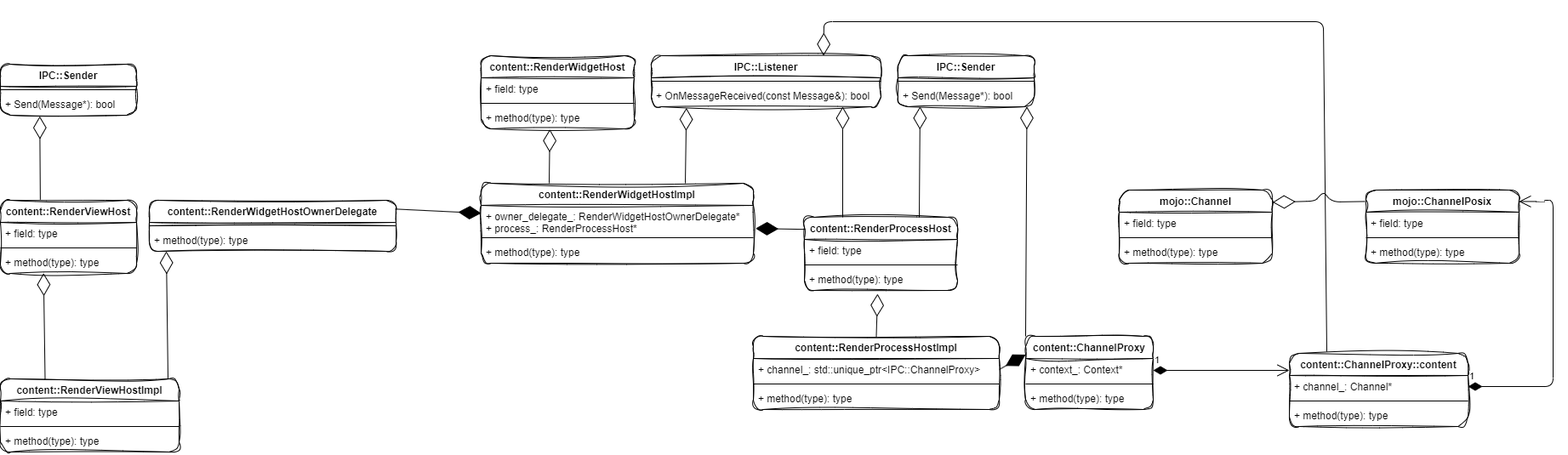
The draw.io diagram chromium/chromium/IPC/markdownimage/02renderprocesshost.drawio.png in Oreoxp/StudyDiary, before a commit. Source tidied: cells renumbered, new cells last; positions are measured from the earlier drawing's top-left corner, leaving out a move shared by most shapes. The source it was exported from:
```xml
<mxGraphModel>
  <root>
    <mxCell id="0" />
    <mxCell id="1" parent="0" />
    <mxCell id="2" value="content::RenderViewHostImpl" style="swimlane;fontStyle=1;align=center;verticalAlign=top;horizontal=1;startSize=26;rounded=1;sketch=1;curveFitting=1;jiggle=2;" parent="1" vertex="1">
      <mxGeometry y="420" width="210" height="86" as="geometry" />
    </mxCell>
    <mxCell id="3" value="+ field: type" style="text;strokeColor=none;fillColor=none;align=left;verticalAlign=top;spacingLeft=4;spacingRight=4;overflow=hidden;" parent="2" vertex="1">
      <mxGeometry y="26" width="210" height="26" as="geometry" />
    </mxCell>
    <mxCell id="4" style="line;strokeWidth=1;fillColor=none;align=left;verticalAlign=middle;spacingTop=-1;spacingLeft=3;spacingRight=3;labelPosition=right;strokeColor=inherit;" parent="2" vertex="1">
      <mxGeometry y="52" width="210" height="8" as="geometry" />
    </mxCell>
    <mxCell id="5" value="+ method(type): type" style="text;strokeColor=none;fillColor=none;align=left;verticalAlign=top;spacingLeft=4;spacingRight=4;overflow=hidden;" parent="2" vertex="1">
      <mxGeometry y="60" width="210" height="26" as="geometry" />
    </mxCell>
    <mxCell id="6" value="content::RenderViewHost" style="swimlane;fontStyle=1;align=center;verticalAlign=top;horizontal=1;startSize=26;rounded=1;sketch=1;curveFitting=1;jiggle=2;swimlaneLine=1;shadow=0;glass=0;" parent="1" vertex="1">
      <mxGeometry y="210" width="160" height="86" as="geometry" />
    </mxCell>
    <mxCell id="7" value="+ field: type" style="text;strokeColor=none;fillColor=none;align=left;verticalAlign=top;spacingLeft=4;spacingRight=4;overflow=hidden;" parent="6" vertex="1">
      <mxGeometry y="26" width="160" height="26" as="geometry" />
    </mxCell>
    <mxCell id="8" style="line;strokeWidth=1;fillColor=none;align=left;verticalAlign=middle;spacingTop=-1;spacingLeft=3;spacingRight=3;labelPosition=right;strokeColor=inherit;" parent="6" vertex="1">
      <mxGeometry y="52" width="160" height="8" as="geometry" />
    </mxCell>
    <mxCell id="9" value="+ method(type): type" style="text;strokeColor=none;fillColor=none;align=left;verticalAlign=top;spacingLeft=4;spacingRight=4;overflow=hidden;points=[[0,0.5],[1,0.5]];portConstraint=eastwest;" parent="6" vertex="1">
      <mxGeometry y="60" width="160" height="26" as="geometry" />
    </mxCell>
    <mxCell id="10" style="endArrow=diamondThin;endFill=0;endSize=24;html=1;exitX=0.25;exitY=0;exitDx=0;exitDy=0;entryX=0.317;entryY=0.987;entryDx=0;entryDy=0;entryPerimeter=0;" parent="1" edge="1" source="2" target="9">
      <mxGeometry relative="1" as="geometry" />
    </mxCell>
    <mxCell id="11" value="content::RenderWidgetHostOwnerDelegate" style="swimlane;fontStyle=1;align=center;verticalAlign=top;horizontal=1;startSize=26;rounded=1;shadow=0;glass=0;sketch=1;" parent="1" vertex="1">
      <mxGeometry x="175" y="210" width="290" height="60" as="geometry" />
    </mxCell>
    <mxCell id="12" style="line;strokeWidth=1;fillColor=none;align=left;verticalAlign=middle;spacingTop=-1;spacingLeft=3;spacingRight=3;labelPosition=right;strokeColor=inherit;rounded=1;shadow=0;glass=0;sketch=1;" parent="11" vertex="1">
      <mxGeometry y="26" width="290" height="8" as="geometry" />
    </mxCell>
    <mxCell id="13" value="+ method(type): type" style="text;strokeColor=none;fillColor=none;align=left;verticalAlign=top;spacingLeft=4;spacingRight=4;overflow=hidden;rounded=1;shadow=0;glass=0;sketch=1;" parent="11" vertex="1">
      <mxGeometry y="34" width="290" height="26" as="geometry" />
    </mxCell>
    <mxCell id="14" value="IPC::Sender" style="swimlane;fontStyle=1;align=center;verticalAlign=top;horizontal=1;startSize=26;rounded=1;sketch=1;curveFitting=1;jiggle=2;swimlaneLine=1;shadow=0;glass=0;" parent="1" vertex="1">
      <mxGeometry y="50" width="160" height="60" as="geometry" />
    </mxCell>
    <mxCell id="15" style="line;strokeWidth=1;fillColor=none;align=left;verticalAlign=middle;spacingTop=-1;spacingLeft=3;spacingRight=3;labelPosition=right;strokeColor=inherit;" parent="14" vertex="1">
      <mxGeometry y="26" width="160" height="8" as="geometry" />
    </mxCell>
    <mxCell id="16" value="+ Send(Message*): bool" style="text;strokeColor=none;fillColor=none;align=left;verticalAlign=top;spacingLeft=4;spacingRight=4;overflow=hidden;points=[[0,0.5],[1,0.5]];portConstraint=eastwest;" parent="14" vertex="1">
      <mxGeometry y="34" width="160" height="26" as="geometry" />
    </mxCell>
    <mxCell id="17" style="endArrow=diamondThin;endFill=0;endSize=24;html=1;" parent="1" edge="1">
      <mxGeometry relative="1" as="geometry">
        <mxPoint x="197" y="420" as="sourcePoint" />
        <mxPoint x="195" y="270" as="targetPoint" />
      </mxGeometry>
    </mxCell>
    <mxCell id="18" value="content::RenderWidgetHostImpl" style="swimlane;fontStyle=1;align=center;verticalAlign=top;horizontal=1;startSize=26;rounded=1;sketch=1;curveFitting=1;jiggle=2;swimlaneLine=1;shadow=0;glass=0;" parent="1" vertex="1">
      <mxGeometry x="565" y="190" width="320" height="94" as="geometry" />
    </mxCell>
    <mxCell id="19" value="+ owner_delegate_: RenderWidgetHostOwnerDelegate*&#10;+ process_: RenderProcessHost*" style="text;strokeColor=none;fillColor=none;align=left;verticalAlign=top;spacingLeft=4;spacingRight=4;overflow=hidden;points=[[0,0.5],[1,0.5]];portConstraint=eastwest;" parent="18" vertex="1">
      <mxGeometry y="26" width="320" height="34" as="geometry" />
    </mxCell>
    <mxCell id="20" style="line;strokeWidth=1;fillColor=none;align=left;verticalAlign=middle;spacingTop=-1;spacingLeft=3;spacingRight=3;labelPosition=right;strokeColor=inherit;" parent="18" vertex="1">
      <mxGeometry y="60" width="320" height="8" as="geometry" />
    </mxCell>
    <mxCell id="21" value="+ method(type): type" style="text;strokeColor=none;fillColor=none;align=left;verticalAlign=top;spacingLeft=4;spacingRight=4;overflow=hidden;" parent="18" vertex="1">
      <mxGeometry y="68" width="320" height="26" as="geometry" />
    </mxCell>
    <mxCell id="22" value="IPC::Listener" style="swimlane;fontStyle=1;align=center;verticalAlign=top;horizontal=1;startSize=26;rounded=1;sketch=1;curveFitting=1;jiggle=2;swimlaneLine=1;shadow=0;glass=0;" parent="1" vertex="1">
      <mxGeometry x="765" y="40" width="270" height="60" as="geometry" />
    </mxCell>
    <mxCell id="23" style="line;strokeWidth=1;fillColor=none;align=left;verticalAlign=middle;spacingTop=-1;spacingLeft=3;spacingRight=3;labelPosition=right;strokeColor=inherit;" parent="22" vertex="1">
      <mxGeometry y="26" width="270" height="8" as="geometry" />
    </mxCell>
    <mxCell id="24" value="+ OnMessageReceived(const Message&amp;): bool " style="text;strokeColor=none;fillColor=none;align=left;verticalAlign=top;spacingLeft=4;spacingRight=4;overflow=hidden;points=[[0,0.5],[1,0.5]];portConstraint=eastwest;" parent="22" vertex="1">
      <mxGeometry y="34" width="270" height="26" as="geometry" />
    </mxCell>
    <mxCell id="25" style="endArrow=diamondThin;endFill=1;endSize=24;html=1;exitX=0.997;exitY=0.172;exitDx=0;exitDy=0;exitPerimeter=0;" parent="1" edge="1" source="11" target="19">
      <mxGeometry relative="1" as="geometry" />
    </mxCell>
    <mxCell id="26" value="content::RenderWidgetHost" style="swimlane;fontStyle=1;align=center;verticalAlign=top;horizontal=1;startSize=26;rounded=1;sketch=1;curveFitting=1;jiggle=2;swimlaneLine=1;shadow=0;glass=0;" parent="1" vertex="1">
      <mxGeometry x="565" y="40" width="180" height="86" as="geometry" />
    </mxCell>
    <mxCell id="27" value="+ field: type" style="text;strokeColor=none;fillColor=none;align=left;verticalAlign=top;spacingLeft=4;spacingRight=4;overflow=hidden;" parent="26" vertex="1">
      <mxGeometry y="26" width="180" height="26" as="geometry" />
    </mxCell>
    <mxCell id="28" style="line;strokeWidth=1;fillColor=none;align=left;verticalAlign=middle;spacingTop=-1;spacingLeft=3;spacingRight=3;labelPosition=right;strokeColor=inherit;" parent="26" vertex="1">
      <mxGeometry y="52" width="180" height="8" as="geometry" />
    </mxCell>
    <mxCell id="29" value="+ method(type): type" style="text;strokeColor=none;fillColor=none;align=left;verticalAlign=top;spacingLeft=4;spacingRight=4;overflow=hidden;points=[[0,0.5],[1,0.5]];portConstraint=eastwest;" parent="26" vertex="1">
      <mxGeometry y="60" width="180" height="26" as="geometry" />
    </mxCell>
    <mxCell id="30" style="endArrow=diamondThin;endFill=0;endSize=24;html=1;entryX=0.449;entryY=1.02;entryDx=0;entryDy=0;entryPerimeter=0;exitX=0.25;exitY=0;exitDx=0;exitDy=0;" parent="1" edge="1" source="18" target="29">
      <mxGeometry relative="1" as="geometry" />
    </mxCell>
    <mxCell id="31" style="endArrow=diamondThin;endFill=0;endSize=24;html=1;entryX=0.153;entryY=1.053;entryDx=0;entryDy=0;entryPerimeter=0;exitX=0.75;exitY=0;exitDx=0;exitDy=0;" parent="1" edge="1" source="18" target="24">
      <mxGeometry relative="1" as="geometry" />
    </mxCell>
    <mxCell id="32" style="endArrow=diamondThin;endFill=0;endSize=24;html=1;entryX=0.289;entryY=1.046;entryDx=0;entryDy=0;entryPerimeter=0;exitX=0.293;exitY=-0.009;exitDx=0;exitDy=0;exitPerimeter=0;" parent="1" edge="1" source="6" target="16">
      <mxGeometry relative="1" as="geometry" />
    </mxCell>
    <mxCell id="33" value="content::RenderProcessHost" style="swimlane;fontStyle=1;align=center;verticalAlign=top;horizontal=1;startSize=26;rounded=1;sketch=1;curveFitting=1;jiggle=2;swimlaneLine=1;shadow=0;glass=0;" parent="1" vertex="1">
      <mxGeometry x="945" y="230" width="180" height="86" as="geometry" />
    </mxCell>
    <mxCell id="34" value="+ field: type" style="text;strokeColor=none;fillColor=none;align=left;verticalAlign=top;spacingLeft=4;spacingRight=4;overflow=hidden;" parent="33" vertex="1">
      <mxGeometry y="26" width="180" height="26" as="geometry" />
    </mxCell>
    <mxCell id="35" style="line;strokeWidth=1;fillColor=none;align=left;verticalAlign=middle;spacingTop=-1;spacingLeft=3;spacingRight=3;labelPosition=right;strokeColor=inherit;" parent="33" vertex="1">
      <mxGeometry y="52" width="180" height="8" as="geometry" />
    </mxCell>
    <mxCell id="36" value="+ method(type): type" style="text;strokeColor=none;fillColor=none;align=left;verticalAlign=top;spacingLeft=4;spacingRight=4;overflow=hidden;" parent="33" vertex="1">
      <mxGeometry y="60" width="180" height="26" as="geometry" />
    </mxCell>
    <mxCell id="37" style="endArrow=diamondThin;endFill=1;endSize=24;html=1;exitX=0.006;exitY=0.165;exitDx=0;exitDy=0;exitPerimeter=0;entryX=1.008;entryY=0.799;entryDx=0;entryDy=0;entryPerimeter=0;" parent="1" edge="1" source="33" target="19">
      <mxGeometry relative="1" as="geometry" />
    </mxCell>
    <mxCell id="38" style="endArrow=diamondThin;endFill=0;endSize=24;html=1;exitX=0.25;exitY=0;exitDx=0;exitDy=0;" parent="1" edge="1" source="33">
      <mxGeometry relative="1" as="geometry">
        <mxPoint x="990" y="100" as="targetPoint" />
      </mxGeometry>
    </mxCell>
    <mxCell id="39" value="IPC::Sender" style="swimlane;fontStyle=1;align=center;verticalAlign=top;horizontal=1;startSize=26;rounded=1;sketch=1;curveFitting=1;jiggle=2;swimlaneLine=1;shadow=0;glass=0;" parent="1" vertex="1">
      <mxGeometry x="1055" y="40" width="160" height="60" as="geometry" />
    </mxCell>
    <mxCell id="40" style="line;strokeWidth=1;fillColor=none;align=left;verticalAlign=middle;spacingTop=-1;spacingLeft=3;spacingRight=3;labelPosition=right;strokeColor=inherit;" parent="39" vertex="1">
      <mxGeometry y="26" width="160" height="8" as="geometry" />
    </mxCell>
    <mxCell id="41" value="+ Send(Message*): bool" style="text;strokeColor=none;fillColor=none;align=left;verticalAlign=top;spacingLeft=4;spacingRight=4;overflow=hidden;points=[[0,0.5],[1,0.5]];portConstraint=eastwest;" parent="39" vertex="1">
      <mxGeometry y="34" width="160" height="26" as="geometry" />
    </mxCell>
    <mxCell id="42" style="endArrow=diamondThin;endFill=0;endSize=24;html=1;exitX=0.75;exitY=0;exitDx=0;exitDy=0;entryX=0.162;entryY=0.994;entryDx=0;entryDy=0;entryPerimeter=0;" parent="1" edge="1" source="33" target="41">
      <mxGeometry relative="1" as="geometry" />
    </mxCell>
    <mxCell id="43" value="content::RenderProcessHostImpl&#10;" style="swimlane;fontStyle=1;align=center;verticalAlign=top;horizontal=1;startSize=26;rounded=1;sketch=1;curveFitting=1;jiggle=2;swimlaneLine=1;shadow=0;glass=0;" parent="1" vertex="1">
      <mxGeometry x="885" y="370" width="289" height="86" as="geometry" />
    </mxCell>
    <mxCell id="44" value="+ channel_: std::unique_ptr&lt;IPC::ChannelProxy&gt;" style="text;strokeColor=none;fillColor=none;align=left;verticalAlign=top;spacingLeft=4;spacingRight=4;overflow=hidden;points=[[0,0.5],[1,0.5]];portConstraint=eastwest;" parent="43" vertex="1">
      <mxGeometry y="26" width="289" height="26" as="geometry" />
    </mxCell>
    <mxCell id="45" style="line;strokeWidth=1;fillColor=none;align=left;verticalAlign=middle;spacingTop=-1;spacingLeft=3;spacingRight=3;labelPosition=right;strokeColor=inherit;" parent="43" vertex="1">
      <mxGeometry y="52" width="289" height="8" as="geometry" />
    </mxCell>
    <mxCell id="46" value="+ method(type): type" style="text;strokeColor=none;fillColor=none;align=left;verticalAlign=top;spacingLeft=4;spacingRight=4;overflow=hidden;" parent="43" vertex="1">
      <mxGeometry y="60" width="289" height="26" as="geometry" />
    </mxCell>
    <mxCell id="47" style="endArrow=diamondThin;endFill=0;endSize=24;html=1;exitX=0.5;exitY=0;exitDx=0;exitDy=0;" parent="1" edge="1" source="43">
      <mxGeometry relative="1" as="geometry">
        <mxPoint x="1031" y="320" as="targetPoint" />
      </mxGeometry>
    </mxCell>
    <mxCell id="48" style="endArrow=diamondThin;endFill=1;endSize=24;html=1;exitX=1;exitY=0.5;exitDx=0;exitDy=0;entryX=0;entryY=0.25;entryDx=0;entryDy=0;" parent="1" edge="1" source="44" target="49">
      <mxGeometry relative="1" as="geometry" />
    </mxCell>
    <mxCell id="49" value="content::ChannelProxy" style="swimlane;fontStyle=1;align=center;verticalAlign=top;horizontal=1;startSize=26;rounded=1;sketch=1;curveFitting=1;jiggle=2;swimlaneLine=1;shadow=0;glass=0;" parent="1" vertex="1">
      <mxGeometry x="1205" y="370" width="150" height="86" as="geometry" />
    </mxCell>
    <mxCell id="50" value="+ context_: Context*" style="text;strokeColor=none;fillColor=none;align=left;verticalAlign=top;spacingLeft=4;spacingRight=4;overflow=hidden;" parent="49" vertex="1">
      <mxGeometry y="26" width="150" height="26" as="geometry" />
    </mxCell>
    <mxCell id="51" style="line;strokeWidth=1;fillColor=none;align=left;verticalAlign=middle;spacingTop=-1;spacingLeft=3;spacingRight=3;labelPosition=right;strokeColor=inherit;" parent="49" vertex="1">
      <mxGeometry y="52" width="150" height="8" as="geometry" />
    </mxCell>
    <mxCell id="52" value="+ method(type): type" style="text;strokeColor=none;fillColor=none;align=left;verticalAlign=top;spacingLeft=4;spacingRight=4;overflow=hidden;" parent="49" vertex="1">
      <mxGeometry y="60" width="150" height="26" as="geometry" />
    </mxCell>
    <mxCell id="53" style="endArrow=diamondThin;endFill=0;endSize=24;html=1;exitX=0;exitY=0;exitDx=0;exitDy=0;entryX=0.947;entryY=0.994;entryDx=0;entryDy=0;entryPerimeter=0;" parent="1" edge="1" source="49" target="41">
      <mxGeometry relative="1" as="geometry" />
    </mxCell>
    <mxCell id="54" value="1" style="endArrow=open;html=1;endSize=12;startArrow=diamondThin;startSize=14;startFill=1;edgeStyle=orthogonalEdgeStyle;align=left;verticalAlign=bottom;" parent="1" edge="1">
      <mxGeometry x="-1" y="3" relative="1" as="geometry">
        <mxPoint x="1355" y="410" as="sourcePoint" />
        <mxPoint x="1515" y="410" as="targetPoint" />
      </mxGeometry>
    </mxCell>
    <mxCell id="55" value="content::ChannelProxy::content" style="swimlane;fontStyle=1;align=center;verticalAlign=top;horizontal=1;startSize=26;rounded=1;sketch=1;curveFitting=1;jiggle=2;swimlaneLine=1;shadow=0;glass=0;" parent="1" vertex="1">
      <mxGeometry x="1515" y="390" width="210" height="86" as="geometry" />
    </mxCell>
    <mxCell id="56" value="+ channel_: Channel*" style="text;strokeColor=none;fillColor=none;align=left;verticalAlign=top;spacingLeft=4;spacingRight=4;overflow=hidden;points=[[0,0.5],[1,0.5]];portConstraint=eastwest;" parent="55" vertex="1">
      <mxGeometry y="26" width="210" height="26" as="geometry" />
    </mxCell>
    <mxCell id="57" style="line;strokeWidth=1;fillColor=none;align=left;verticalAlign=middle;spacingTop=-1;spacingLeft=3;spacingRight=3;labelPosition=right;strokeColor=inherit;" parent="55" vertex="1">
      <mxGeometry y="52" width="210" height="8" as="geometry" />
    </mxCell>
    <mxCell id="58" value="+ method(type): type" style="text;strokeColor=none;fillColor=none;align=left;verticalAlign=top;spacingLeft=4;spacingRight=4;overflow=hidden;" parent="55" vertex="1">
      <mxGeometry y="60" width="210" height="26" as="geometry" />
    </mxCell>
    <mxCell id="59" style="endArrow=diamondThin;endFill=0;endSize=24;html=1;exitX=0;exitY=0;exitDx=0;exitDy=0;entryX=0.75;entryY=0;entryDx=0;entryDy=0;" parent="1" edge="1" target="22">
      <mxGeometry relative="1" as="geometry">
        <mxPoint x="1559" y="388.1" as="sourcePoint" />
        <Array as="points">
          <mxPoint x="1555" />
          <mxPoint x="968" />
        </Array>
      </mxGeometry>
    </mxCell>
    <mxCell id="60" value="1" style="endArrow=open;html=1;endSize=12;startArrow=diamondThin;startSize=14;startFill=1;edgeStyle=orthogonalEdgeStyle;align=left;verticalAlign=bottom;exitX=1;exitY=0.5;exitDx=0;exitDy=0;entryX=0.999;entryY=0.156;entryDx=0;entryDy=0;entryPerimeter=0;" parent="1" edge="1" source="56" target="61">
      <mxGeometry x="-1" y="3" relative="1" as="geometry">
        <Array as="points">
          <mxPoint x="1825" y="429" />
          <mxPoint x="1825" y="210" />
          <mxPoint x="1815" y="210" />
          <mxPoint x="1815" y="211" />
        </Array>
      </mxGeometry>
    </mxCell>
    <mxCell id="61" value="mojo::ChannelPosix" style="swimlane;fontStyle=1;align=center;verticalAlign=top;horizontal=1;startSize=26;rounded=1;sketch=1;curveFitting=1;jiggle=2;swimlaneLine=1;shadow=0;glass=0;" parent="1" vertex="1">
      <mxGeometry x="1605" y="198" width="180" height="86" as="geometry" />
    </mxCell>
    <mxCell id="62" value="+ field: type" style="text;strokeColor=none;fillColor=none;align=left;verticalAlign=top;spacingLeft=4;spacingRight=4;overflow=hidden;" parent="61" vertex="1">
      <mxGeometry y="26" width="180" height="26" as="geometry" />
    </mxCell>
    <mxCell id="63" style="line;strokeWidth=1;fillColor=none;align=left;verticalAlign=middle;spacingTop=-1;spacingLeft=3;spacingRight=3;labelPosition=right;strokeColor=inherit;" parent="61" vertex="1">
      <mxGeometry y="52" width="180" height="8" as="geometry" />
    </mxCell>
    <mxCell id="64" value="+ method(type): type" style="text;strokeColor=none;fillColor=none;align=left;verticalAlign=top;spacingLeft=4;spacingRight=4;overflow=hidden;" parent="61" vertex="1">
      <mxGeometry y="60" width="180" height="26" as="geometry" />
    </mxCell>
    <mxCell id="65" value="mojo::Channel" style="swimlane;fontStyle=1;align=center;verticalAlign=top;horizontal=1;startSize=26;rounded=1;sketch=1;curveFitting=1;jiggle=2;swimlaneLine=1;shadow=0;glass=0;" parent="1" vertex="1">
      <mxGeometry x="1315" y="198" width="180" height="86" as="geometry" />
    </mxCell>
    <mxCell id="66" value="+ field: type" style="text;strokeColor=none;fillColor=none;align=left;verticalAlign=top;spacingLeft=4;spacingRight=4;overflow=hidden;" parent="65" vertex="1">
      <mxGeometry y="26" width="180" height="26" as="geometry" />
    </mxCell>
    <mxCell id="67" style="line;strokeWidth=1;fillColor=none;align=left;verticalAlign=middle;spacingTop=-1;spacingLeft=3;spacingRight=3;labelPosition=right;strokeColor=inherit;" parent="65" vertex="1">
      <mxGeometry y="52" width="180" height="8" as="geometry" />
    </mxCell>
    <mxCell id="68" value="+ method(type): type" style="text;strokeColor=none;fillColor=none;align=left;verticalAlign=top;spacingLeft=4;spacingRight=4;overflow=hidden;" parent="65" vertex="1">
      <mxGeometry y="60" width="180" height="26" as="geometry" />
    </mxCell>
    <mxCell id="69" style="endArrow=diamondThin;endFill=0;endSize=24;html=1;entryX=1.002;entryY=0.167;entryDx=0;entryDy=0;entryPerimeter=0;exitX=-0.007;exitY=0.156;exitDx=0;exitDy=0;exitPerimeter=0;" parent="1" edge="1" source="61" target="65">
      <mxGeometry relative="1" as="geometry">
        <Array as="points">
          <mxPoint x="1565" y="212" />
          <mxPoint x="1555" y="200" />
          <mxPoint x="1545" y="211" />
        </Array>
      </mxGeometry>
    </mxCell>
  </root>
</mxGraphModel>
```
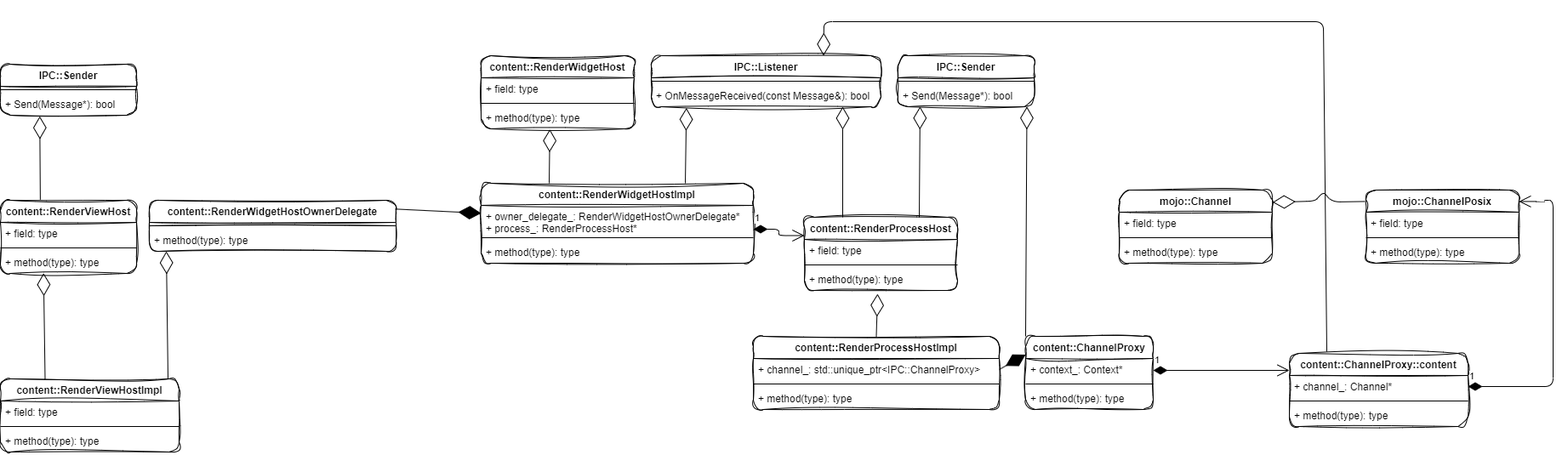
After the commit.

Diff of the diagram source:
```diff
@@ -110,9 +110,6 @@
     <mxCell id="36" value="+ method(type): type" style="text;strokeColor=none;fillColor=none;align=left;verticalAlign=top;spacingLeft=4;spacingRight=4;overflow=hidden;" parent="33" vertex="1">
       <mxGeometry y="60" width="180" height="26" as="geometry" />
     </mxCell>
-    <mxCell id="37" style="endArrow=diamondThin;endFill=1;endSize=24;html=1;exitX=0.006;exitY=0.165;exitDx=0;exitDy=0;exitPerimeter=0;entryX=1.008;entryY=0.799;entryDx=0;entryDy=0;entryPerimeter=0;" parent="1" edge="1" source="33" target="19">
-      <mxGeometry relative="1" as="geometry" />
-    </mxCell>
     <mxCell id="38" style="endArrow=diamondThin;endFill=0;endSize=24;html=1;exitX=0.25;exitY=0;exitDx=0;exitDy=0;" parent="1" edge="1" source="33">
       <mxGeometry relative="1" as="geometry">
         <mxPoint x="990" y="100" as="targetPoint" />
@@ -235,5 +232,13 @@
         </Array>
       </mxGeometry>
     </mxCell>
+    <mxCell id="70" value="1" style="endArrow=open;html=1;endSize=12;startArrow=diamondThin;startSize=14;startFill=1;edgeStyle=orthogonalEdgeStyle;align=left;verticalAlign=bottom;exitX=1.01;exitY=0.814;exitDx=0;exitDy=0;exitPerimeter=0;entryX=0;entryY=0.25;entryDx=0;entryDy=0;" parent="1" edge="1" source="19" target="33">
+      <mxGeometry x="-1" y="4" relative="1" as="geometry">
+        <Array as="points">
+          <mxPoint x="915" y="244" />
+          <mxPoint x="915" y="252" />
+        </Array>
+      </mxGeometry>
+    </mxCell>
   </root>
 </mxGraphModel>
```
